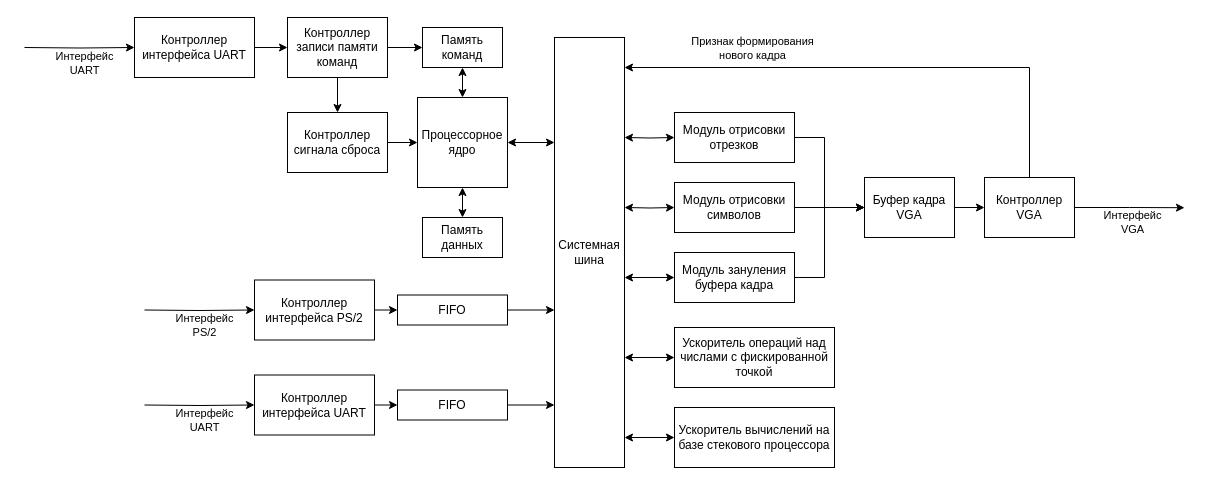
Earlier version of the draw.io diagram page "cpu <-> accelerators" (3 of 7) of docs/block_diagram.drawio (trickybestia/function_plotter). Source tidied: cells renumbered, new cells numbered last; positions are measured from the earlier drawing's top-left corner, leaving out a move shared by most shapes. Both pictures are drawn from the tidied source at 100%, with x=0, y=0 at pixel (24, 17).
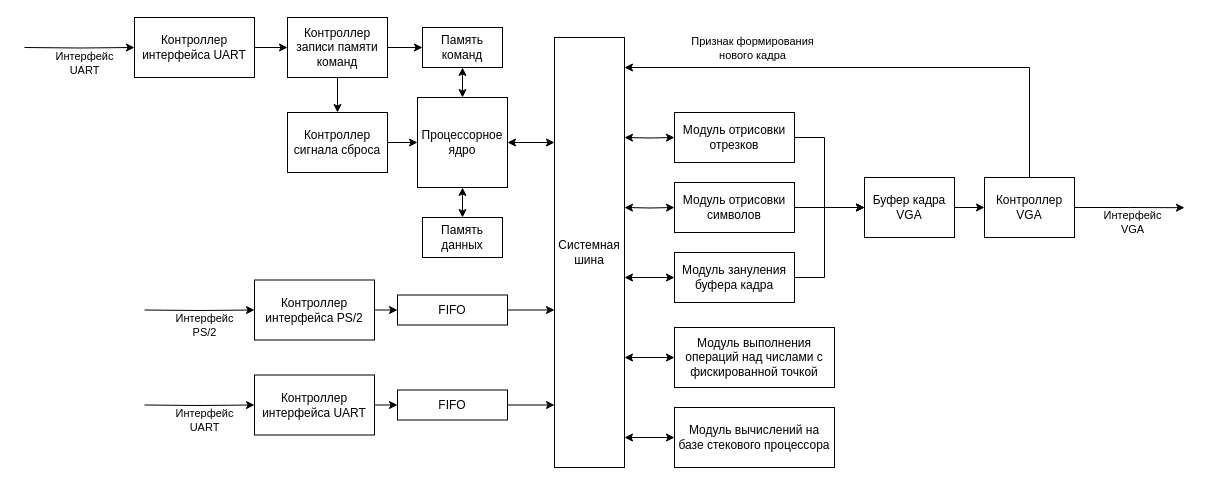
The same diagram, later.

Change to the diagram source:
```diff
@@
-    <mxCell id="44" value="Ускоритель операций над числами с фискированной точкой" style="rounded=0;whiteSpace=wrap;html=1;" parent="1" vertex="1">
+    <mxCell id="44" value="Модуль выполнения операций над числами с фискированной точкой" style="rounded=0;whiteSpace=wrap;html=1;" parent="1" vertex="1">
       <mxGeometry x="650" y="310" width="160" height="60" as="geometry" />
     </mxCell>
@@
-    <mxCell id="46" value="Ускоритель вычислений на базе стекового процессора" style="rounded=0;whiteSpace=wrap;html=1;" parent="1" vertex="1">
+    <mxCell id="46" value="Модуль вычислений на базе стекового процессора" style="rounded=0;whiteSpace=wrap;html=1;" parent="1" vertex="1">
       <mxGeometry x="650" y="390" width="160" height="60" as="geometry" />
     </mxCell>
```
